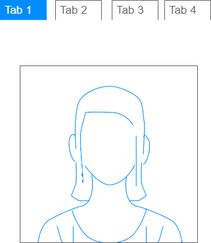
Above: 01-Challenge/Taak02-Ontwerpen/student-wireframe.drawio.png in AlishaSoedamah/Challenge-Portfolio (draw.io), before the change. Source tidied: cells renumbered, new cells last; positions are measured from the earlier drawing's top-left corner, leaving out a move shared by most shapes. Its diagram source:
```xml
<mxGraphModel>
  <root>
    <mxCell id="0" />
    <mxCell id="1" parent="0" />
    <mxCell id="2" style="verticalLabelPosition=bottom;shadow=0;dashed=0;align=center;html=1;verticalAlign=top;strokeWidth=1;shape=mxgraph.mockup.containers.userFemale;strokeColor=#666666;strokeColor2=#008cff;" parent="1" vertex="1">
      <mxGeometry x="30" y="100" width="270" height="270" as="geometry" />
    </mxCell>
    <mxCell id="3" value="Tab 2" style="strokeWidth=1;shadow=0;dashed=0;align=center;html=1;shape=mxgraph.mockup.forms.uRect;fontSize=17;fontColor=#666666;align=left;spacingLeft=5;strokeColor=#666666;" parent="1" vertex="1">
      <mxGeometry x="84" width="70" height="30" as="geometry" />
    </mxCell>
    <mxCell id="4" value="Tab 1" style="strokeWidth=1;shadow=0;dashed=0;align=center;html=1;shape=mxgraph.mockup.forms.uRect;fontSize=17;fontColor=#ffffff;align=left;spacingLeft=5;strokeColor=#008cff;fillColor=#008cff;" parent="1" vertex="1">
      <mxGeometry width="70" height="30" as="geometry" />
    </mxCell>
    <mxCell id="5" value="Tab 3" style="strokeWidth=1;shadow=0;dashed=0;align=center;html=1;shape=mxgraph.mockup.forms.uRect;fontSize=17;fontColor=#666666;align=left;spacingLeft=5;strokeColor=#666666;" parent="1" vertex="1">
      <mxGeometry x="170" width="70" height="30" as="geometry" />
    </mxCell>
    <mxCell id="6" value="Tab 4" style="strokeWidth=1;shadow=0;dashed=0;align=center;html=1;shape=mxgraph.mockup.forms.uRect;fontSize=17;fontColor=#666666;align=left;spacingLeft=5;strokeColor=#666666;" parent="1" vertex="1">
      <mxGeometry x="250" width="70" height="30" as="geometry" />
    </mxCell>
  </root>
</mxGraphModel>
```
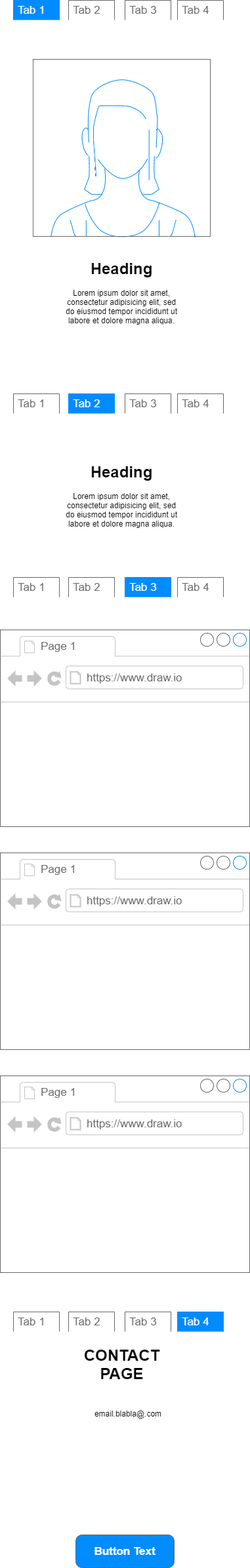
Later version of the same file.

Commit message:
Wireframe remaster

Change to the diagram source:
```diff
@@ -2,8 +2,8 @@
   <root>
     <mxCell id="0" />
     <mxCell id="1" parent="0" />
-    <mxCell id="2" style="verticalLabelPosition=bottom;shadow=0;dashed=0;align=center;html=1;verticalAlign=top;strokeWidth=1;shape=mxgraph.mockup.containers.userFemale;strokeColor=#666666;strokeColor2=#008cff;" parent="1" vertex="1">
-      <mxGeometry x="30" y="100" width="270" height="270" as="geometry" />
+    <mxCell id="2" value="&lt;span style=&quot;color: rgba(0 , 0 , 0 , 0) ; font-family: monospace ; font-size: 0px&quot;&gt;%3CmxGraphModel%3E%3Croot%3E%3CmxCell%20id%3D%220%22%2F%3E%3CmxCell%20id%3D%221%22%20parent%3D%220%22%2F%3E%3CmxCell%20id%3D%222%22%20value%3D%22Tab%202%22%20style%3D%22strokeWidth%3D1%3Bshadow%3D0%3Bdashed%3D0%3Balign%3Dcenter%3Bhtml%3D1%3Bshape%3Dmxgraph.mockup.forms.uRect%3BfontSize%3D17%3BfontColor%3D%23666666%3Balign%3Dleft%3BspacingLeft%3D5%3BstrokeColor%3D%23666666%3B%22%20vertex%3D%221%22%20parent%3D%221%22%3E%3CmxGeometry%20x%3D%22344%22%20y%3D%22100%22%20width%3D%2270%22%20height%3D%2230%22%20as%3D%22geometry%22%2F%3E%3C%2FmxCell%3E%3CmxCell%20id%3D%223%22%20value%3D%22Tab%201%22%20style%3D%22strokeWidth%3D1%3Bshadow%3D0%3Bdashed%3D0%3Balign%3Dcenter%3Bhtml%3D1%3Bshape%3Dmxgraph.mockup.forms.uRect%3BfontSize%3D17%3BfontColor%3D%23ffffff%3Balign%3Dleft%3BspacingLeft%3D5%3BstrokeColor%3D%23008cff%3BfillColor%3D%23008cff%3B%22%20vertex%3D%221%22%20parent%3D%221%22%3E%3CmxGeometry%20x%3D%22260%22%20y%3D%22100%22%20width%3D%2270%22%20height%3D%2230%22%20as%3D%22geometry%22%2F%3E%3C%2FmxCell%3E%3CmxCell%20id%3D%224%22%20value%3D%22Tab%203%22%20style%3D%22strokeWidth%3D1%3Bshadow%3D0%3Bdashed%3D0%3Balign%3Dcenter%3Bhtml%3D1%3Bshape%3Dmxgraph.mockup.forms.uRect%3BfontSize%3D17%3BfontColor%3D%23666666%3Balign%3Dleft%3BspacingLeft%3D5%3BstrokeColor%3D%23666666%3B%22%20vertex%3D%221%22%20parent%3D%221%22%3E%3CmxGeometry%20x%3D%22430%22%20y%3D%22100%22%20width%3D%2270%22%20height%3D%2230%22%20as%3D%22geometry%22%2F%3E%3C%2FmxCell%3E%3CmxCell%20id%3D%225%22%20value%3D%22Tab%204%22%20style%3D%22strokeWidth%3D1%3Bshadow%3D0%3Bdashed%3D0%3Balign%3Dcenter%3Bhtml%3D1%3Bshape%3Dmxgraph.mockup.forms.uRect%3BfontSize%3D17%3BfontColor%3D%23666666%3Balign%3Dleft%3BspacingLeft%3D5%3BstrokeColor%3D%23666666%3B%22%20vertex%3D%221%22%20parent%3D%221%22%3E%3CmxGeometry%20x%3D%22510%22%20y%3D%22100%22%20width%3D%2270%22%20height%3D%2230%22%20as%3D%22geometry%22%2F%3E%3C%2FmxCell%3E%3C%2Froot%3E%3C%2FmxGraphModel%3E&lt;/span&gt;" style="verticalLabelPosition=bottom;shadow=0;dashed=0;align=center;html=1;verticalAlign=top;strokeWidth=1;shape=mxgraph.mockup.containers.userFemale;strokeColor=#666666;strokeColor2=#008cff;" parent="1" vertex="1">
+      <mxGeometry x="30" y="90" width="270" height="270" as="geometry" />
     </mxCell>
     <mxCell id="3" value="Tab 2" style="strokeWidth=1;shadow=0;dashed=0;align=center;html=1;shape=mxgraph.mockup.forms.uRect;fontSize=17;fontColor=#666666;align=left;spacingLeft=5;strokeColor=#666666;" parent="1" vertex="1">
       <mxGeometry x="84" width="70" height="30" as="geometry" />
@@ -17,5 +17,83 @@
     <mxCell id="6" value="Tab 4" style="strokeWidth=1;shadow=0;dashed=0;align=center;html=1;shape=mxgraph.mockup.forms.uRect;fontSize=17;fontColor=#666666;align=left;spacingLeft=5;strokeColor=#666666;" parent="1" vertex="1">
       <mxGeometry x="250" width="70" height="30" as="geometry" />
     </mxCell>
+    <mxCell id="7" value="&lt;h1&gt;Heading&lt;/h1&gt;&lt;p&gt;Lorem ipsum dolor sit amet, consectetur adipisicing elit, sed do eiusmod tempor incididunt ut labore et dolore magna aliqua.&lt;/p&gt;" style="text;html=1;strokeColor=none;fillColor=none;spacing=5;spacingTop=-20;whiteSpace=wrap;overflow=hidden;rounded=0;align=center;" parent="1" vertex="1">
+      <mxGeometry x="70" y="390" width="190" height="120" as="geometry" />
+    </mxCell>
+    <mxCell id="8" value="Tab 1" style="strokeWidth=1;shadow=0;dashed=0;align=center;html=1;shape=mxgraph.mockup.forms.uRect;fontSize=17;fontColor=#666666;align=left;spacingLeft=5;strokeColor=#666666;" parent="1" vertex="1">
+      <mxGeometry y="600" width="70" height="30" as="geometry" />
+    </mxCell>
+    <mxCell id="9" value="Tab 2" style="strokeWidth=1;shadow=0;dashed=0;align=center;html=1;shape=mxgraph.mockup.forms.uRect;fontSize=17;fontColor=#ffffff;align=left;spacingLeft=5;strokeColor=#008cff;fillColor=#008cff;" parent="1" vertex="1">
+      <mxGeometry x="84" y="600" width="70" height="30" as="geometry" />
+    </mxCell>
+    <mxCell id="10" value="Tab 3" style="strokeWidth=1;shadow=0;dashed=0;align=center;html=1;shape=mxgraph.mockup.forms.uRect;fontSize=17;fontColor=#666666;align=left;spacingLeft=5;strokeColor=#666666;" parent="1" vertex="1">
+      <mxGeometry x="170" y="600" width="70" height="30" as="geometry" />
+    </mxCell>
+    <mxCell id="11" value="Tab 4" style="strokeWidth=1;shadow=0;dashed=0;align=center;html=1;shape=mxgraph.mockup.forms.uRect;fontSize=17;fontColor=#666666;align=left;spacingLeft=5;strokeColor=#666666;" parent="1" vertex="1">
+      <mxGeometry x="250" y="600" width="70" height="30" as="geometry" />
+    </mxCell>
+    <mxCell id="12" value="&lt;h1&gt;Heading&lt;/h1&gt;&lt;p&gt;Lorem ipsum dolor sit amet, consectetur adipisicing elit, sed do eiusmod tempor incididunt ut labore et dolore magna aliqua.&lt;/p&gt;" style="text;html=1;strokeColor=none;fillColor=none;spacing=5;spacingTop=-20;whiteSpace=wrap;overflow=hidden;rounded=0;align=center;" parent="1" vertex="1">
+      <mxGeometry x="70" y="700" width="190" height="120" as="geometry" />
+    </mxCell>
+    <mxCell id="13" value="Tab 2" style="strokeWidth=1;shadow=0;dashed=0;align=center;html=1;shape=mxgraph.mockup.forms.uRect;fontSize=17;fontColor=#666666;align=left;spacingLeft=5;strokeColor=#666666;" parent="1" vertex="1">
+      <mxGeometry x="84" y="880" width="70" height="30" as="geometry" />
+    </mxCell>
+    <mxCell id="14" value="Tab 3" style="strokeWidth=1;shadow=0;dashed=0;align=center;html=1;shape=mxgraph.mockup.forms.uRect;fontSize=17;fontColor=#ffffff;align=left;spacingLeft=5;strokeColor=#008cff;fillColor=#008cff;" parent="1" vertex="1">
+      <mxGeometry x="170" y="880" width="70" height="30" as="geometry" />
+    </mxCell>
+    <mxCell id="15" value="Tab 1" style="strokeWidth=1;shadow=0;dashed=0;align=center;html=1;shape=mxgraph.mockup.forms.uRect;fontSize=17;fontColor=#666666;align=left;spacingLeft=5;strokeColor=#666666;" parent="1" vertex="1">
+      <mxGeometry y="880" width="70" height="30" as="geometry" />
+    </mxCell>
+    <mxCell id="16" value="Tab 4" style="strokeWidth=1;shadow=0;dashed=0;align=center;html=1;shape=mxgraph.mockup.forms.uRect;fontSize=17;fontColor=#666666;align=left;spacingLeft=5;strokeColor=#666666;" parent="1" vertex="1">
+      <mxGeometry x="250" y="880" width="70" height="30" as="geometry" />
+    </mxCell>
+    <mxCell id="17" style="strokeWidth=1;shadow=0;dashed=0;align=center;html=1;shape=mxgraph.mockup.containers.browserWindow;rSize=0;strokeColor=#666666;strokeColor2=#008cff;strokeColor3=#c4c4c4;mainText=,;" parent="1" vertex="1">
+      <mxGeometry x="-20" y="1640" width="380" height="300" as="geometry" />
+    </mxCell>
+    <mxCell id="18" value="Page 1" style="strokeWidth=1;shadow=0;dashed=0;align=center;html=1;shape=mxgraph.mockup.containers.anchor;fontSize=17;fontColor=#666666;align=left;" parent="17" vertex="1">
+      <mxGeometry x="60" y="12" width="110" height="26" as="geometry" />
+    </mxCell>
+    <mxCell id="19" value="https://www.draw.io" style="strokeWidth=1;shadow=0;dashed=0;align=center;html=1;shape=mxgraph.mockup.containers.anchor;rSize=0;fontSize=17;fontColor=#666666;align=left;" parent="17" vertex="1">
+      <mxGeometry x="130" y="60" width="250" height="26" as="geometry" />
+    </mxCell>
+    <mxCell id="20" style="strokeWidth=1;shadow=0;dashed=0;align=center;html=1;shape=mxgraph.mockup.containers.browserWindow;rSize=0;strokeColor=#666666;strokeColor2=#008cff;strokeColor3=#c4c4c4;mainText=,;" parent="1" vertex="1">
+      <mxGeometry x="-20" y="960" width="380" height="300" as="geometry" />
+    </mxCell>
+    <mxCell id="21" value="Page 1" style="strokeWidth=1;shadow=0;dashed=0;align=center;html=1;shape=mxgraph.mockup.containers.anchor;fontSize=17;fontColor=#666666;align=left;" parent="20" vertex="1">
+      <mxGeometry x="60" y="12" width="110" height="26" as="geometry" />
+    </mxCell>
+    <mxCell id="22" value="https://www.draw.io" style="strokeWidth=1;shadow=0;dashed=0;align=center;html=1;shape=mxgraph.mockup.containers.anchor;rSize=0;fontSize=17;fontColor=#666666;align=left;" parent="20" vertex="1">
+      <mxGeometry x="130" y="60" width="250" height="26" as="geometry" />
+    </mxCell>
+    <mxCell id="23" style="strokeWidth=1;shadow=0;dashed=0;align=center;html=1;shape=mxgraph.mockup.containers.browserWindow;rSize=0;strokeColor=#666666;strokeColor2=#008cff;strokeColor3=#c4c4c4;mainText=,;" parent="1" vertex="1">
+      <mxGeometry x="-20" y="1300" width="380" height="300" as="geometry" />
+    </mxCell>
+    <mxCell id="24" value="Page 1" style="strokeWidth=1;shadow=0;dashed=0;align=center;html=1;shape=mxgraph.mockup.containers.anchor;fontSize=17;fontColor=#666666;align=left;" parent="23" vertex="1">
+      <mxGeometry x="60" y="12" width="110" height="26" as="geometry" />
+    </mxCell>
+    <mxCell id="25" value="https://www.draw.io" style="strokeWidth=1;shadow=0;dashed=0;align=center;html=1;shape=mxgraph.mockup.containers.anchor;rSize=0;fontSize=17;fontColor=#666666;align=left;" parent="23" vertex="1">
+      <mxGeometry x="130" y="60" width="250" height="26" as="geometry" />
+    </mxCell>
+    <mxCell id="26" value="Tab 2" style="strokeWidth=1;shadow=0;dashed=0;align=center;html=1;shape=mxgraph.mockup.forms.uRect;fontSize=17;fontColor=#666666;align=left;spacingLeft=5;strokeColor=#666666;" parent="1" vertex="1">
+      <mxGeometry x="84" y="2000" width="70" height="30" as="geometry" />
+    </mxCell>
+    <mxCell id="27" value="Tab 4" style="strokeWidth=1;shadow=0;dashed=0;align=center;html=1;shape=mxgraph.mockup.forms.uRect;fontSize=17;fontColor=#ffffff;align=left;spacingLeft=5;strokeColor=#008cff;fillColor=#008cff;" parent="1" vertex="1">
+      <mxGeometry x="250" y="2000" width="70" height="30" as="geometry" />
+    </mxCell>
+    <mxCell id="28" value="Tab 1" style="strokeWidth=1;shadow=0;dashed=0;align=center;html=1;shape=mxgraph.mockup.forms.uRect;fontSize=17;fontColor=#666666;align=left;spacingLeft=5;strokeColor=#666666;" parent="1" vertex="1">
+      <mxGeometry y="2000" width="70" height="30" as="geometry" />
+    </mxCell>
+    <mxCell id="29" value="Tab 3" style="strokeWidth=1;shadow=0;dashed=0;align=center;html=1;shape=mxgraph.mockup.forms.uRect;fontSize=17;fontColor=#666666;align=left;spacingLeft=5;strokeColor=#666666;" parent="1" vertex="1">
+      <mxGeometry x="170" y="2000" width="70" height="30" as="geometry" />
+    </mxCell>
+    <mxCell id="30" value="Button Text" style="strokeWidth=1;shadow=0;dashed=0;align=center;html=1;shape=mxgraph.mockup.buttons.button;strokeColor=#666666;fontColor=#ffffff;mainText=;buttonStyle=round;fontSize=17;fontStyle=1;fillColor=#008cff;whiteSpace=wrap;" parent="1" vertex="1">
+      <mxGeometry x="95" y="2340" width="150" height="50" as="geometry" />
+    </mxCell>
+    <mxCell id="31" value="CONTACT&lt;br&gt;PAGE" style="text;strokeColor=none;fillColor=none;html=1;fontSize=24;fontStyle=1;verticalAlign=middle;align=center;" parent="1" vertex="1">
+      <mxGeometry x="115" y="2060" width="100" height="40" as="geometry" />
+    </mxCell>
+    <mxCell id="32" value="email.blabla@.com" style="text;html=1;strokeColor=none;fillColor=none;align=center;verticalAlign=middle;whiteSpace=wrap;rounded=0;" parent="1" vertex="1">
+      <mxGeometry x="40" y="2090" width="270" height="130" as="geometry" />
+    </mxCell>
   </root>
 </mxGraphModel>
```
